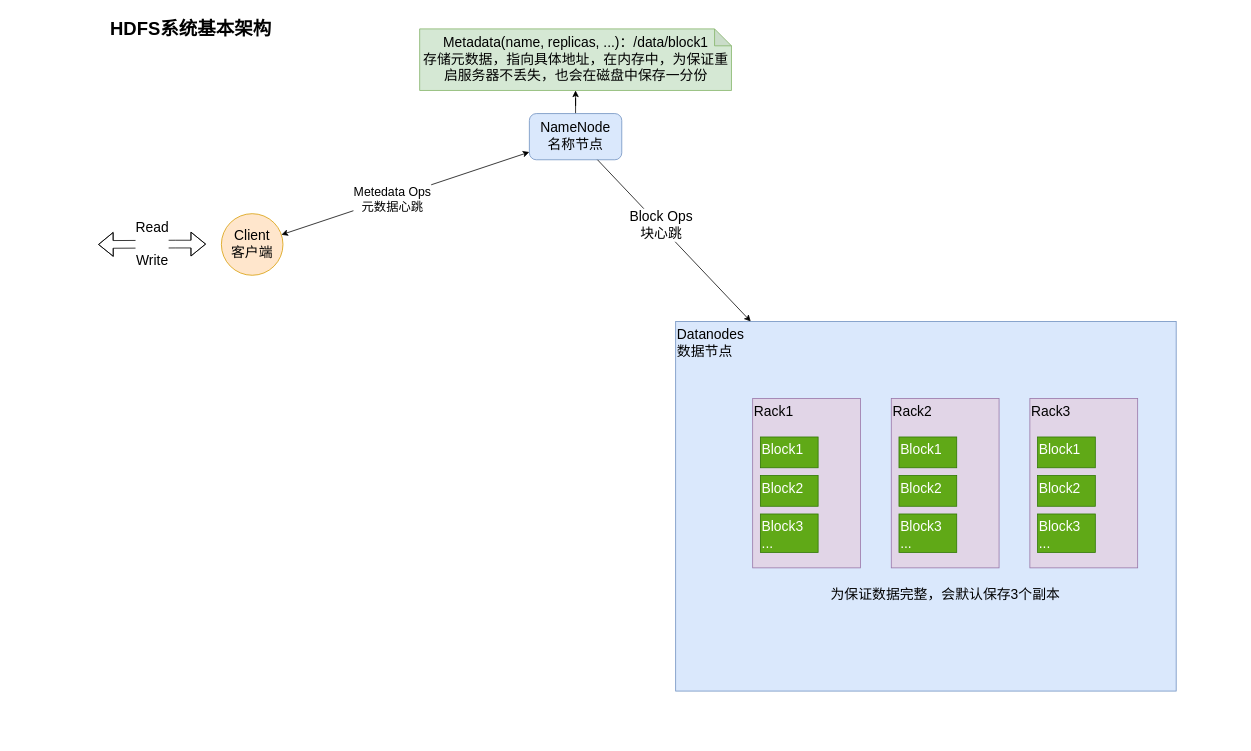
Daniel-jy/diagrams keeps this draw.io diagram as BigData/HDFS/HDFS系统基本架构.drawio. Above is the earlier version. Source tidied: cells renumbered, new cells numbered last; positions are measured from the earlier drawing's top-left corner, leaving out a move shared by most shapes. Both pictures are drawn from the tidied source at 77%, with x=0, y=0 at pixel (13, 13).
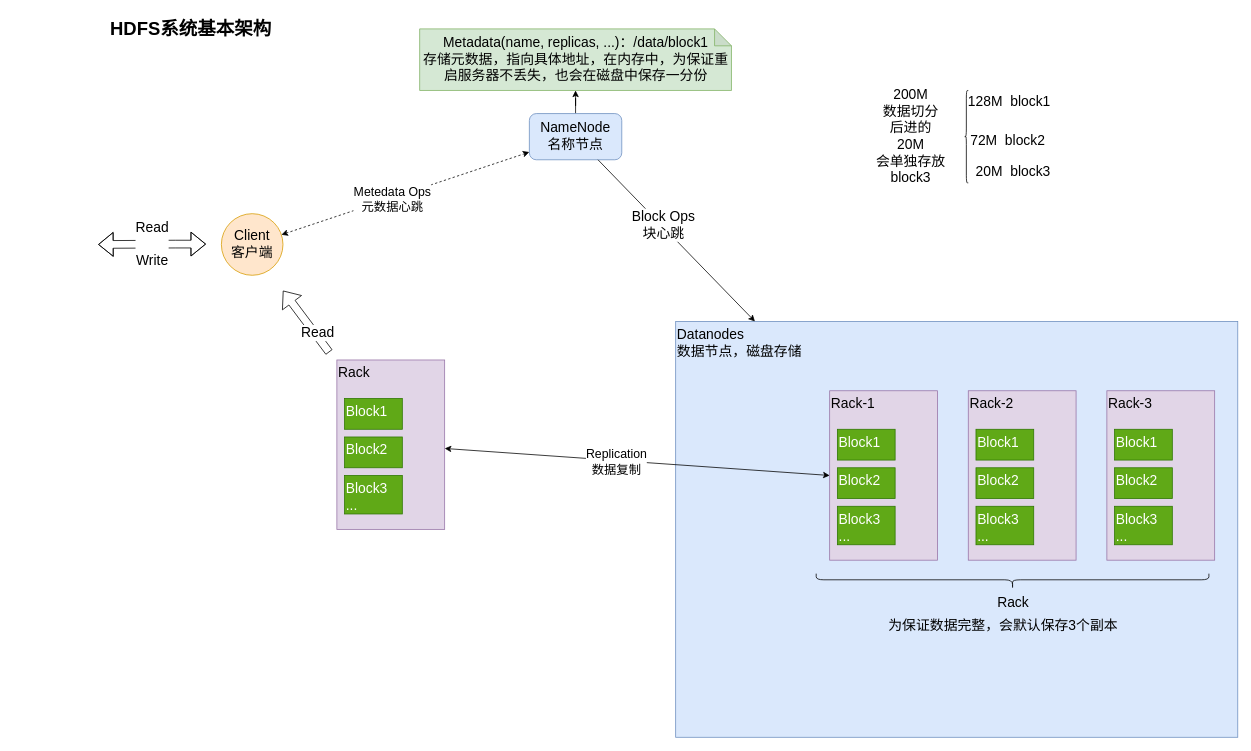
After the change.

Commit message:
Update HDFS系统基本架构.drawio

The change refers to these unchanged cells:
```xml
<mxCell id="5" value="Client&lt;br&gt;客户端" style="ellipse;whiteSpace=wrap;html=1;fontSize=18;fillColor=#ffe6cc;strokeColor=#d79b00;" parent="1" vertex="1">
  <mxGeometry x="270" y="260" width="80" height="80" as="geometry" />
</mxCell>
<mxCell id="9" value="NameNode&lt;br&gt;名称节点" style="rounded=1;whiteSpace=wrap;html=1;fontSize=18;fillColor=#dae8fc;strokeColor=#6c8ebf;" parent="1" vertex="1">
  <mxGeometry x="670" y="130" width="120" height="60" as="geometry" />
</mxCell>
```

What changed in the source:
```diff
@@
-    <mxCell id="3" style="endArrow=classic;startArrow=classic;html=1;" parent="1" edge="1" source="5" target="9">
+    <mxCell id="3" style="endArrow=classic;startArrow=classic;html=1;rounded=1;dashed=1;" parent="1" edge="1" source="5" target="9">
       <mxGeometry relative="1" as="geometry" />
     </mxCell>
@@
-    <mxCell id="11" value="&lt;span&gt;Datanodes&lt;br&gt;数据节点&lt;br&gt;&lt;/span&gt;" style="rounded=0;whiteSpace=wrap;html=1;fontSize=18;align=left;verticalAlign=top;fillColor=#dae8fc;strokeColor=#6c8ebf;" parent="1" vertex="1">
-      <mxGeometry x="860" y="400" width="650" height="480" as="geometry" />
+    <mxCell id="11" value="&lt;span&gt;Datanodes&lt;br&gt;数据节点，磁盘存储&lt;br&gt;&lt;/span&gt;" style="rounded=0;whiteSpace=wrap;html=1;fontSize=18;align=left;verticalAlign=top;fillColor=#dae8fc;strokeColor=#6c8ebf;" parent="1" vertex="1">
+      <mxGeometry x="860" y="400" width="730" height="540" as="geometry" />
     </mxCell>
@@
     <mxCell id="14" style="group;" parent="1" vertex="1">
-      <mxGeometry x="960" y="500" width="140" height="220" as="geometry" />
+      <mxGeometry x="1060" y="490" width="140" height="220" as="geometry" />
     </mxCell>
-    <mxCell id="15" value="Rack1" style="rounded=0;whiteSpace=wrap;html=1;fontSize=18;align=left;verticalAlign=top;fillColor=#e1d5e7;strokeColor=#9673a6;" parent="14" vertex="1">
+    <mxCell id="15" value="Rack-1" style="rounded=0;whiteSpace=wrap;html=1;fontSize=18;align=left;verticalAlign=top;fillColor=#e1d5e7;strokeColor=#9673a6;" parent="14" vertex="1">
       <mxGeometry width="140" height="220" as="geometry" />
     </mxCell>
@@
     <mxCell id="19" style="group;" parent="1" vertex="1">
-      <mxGeometry x="1140" y="500" width="140" height="220" as="geometry" />
+      <mxGeometry x="1240" y="490" width="140" height="220" as="geometry" />
     </mxCell>
-    <mxCell id="20" value="Rack2" style="rounded=0;whiteSpace=wrap;html=1;fontSize=18;align=left;verticalAlign=top;fillColor=#e1d5e7;strokeColor=#9673a6;" parent="19" vertex="1">
+    <mxCell id="20" value="Rack-2" style="rounded=0;whiteSpace=wrap;html=1;fontSize=18;align=left;verticalAlign=top;fillColor=#e1d5e7;strokeColor=#9673a6;" parent="19" vertex="1">
       <mxGeometry width="140" height="220" as="geometry" />
     </mxCell>
@@
     <mxCell id="24" style="group;" parent="1" vertex="1">
-      <mxGeometry x="1320" y="500" width="140" height="220" as="geometry" />
+      <mxGeometry x="1420" y="490" width="140" height="220" as="geometry" />
     </mxCell>
-    <mxCell id="25" value="Rack3" style="rounded=0;whiteSpace=wrap;html=1;fontSize=18;align=left;verticalAlign=top;fillColor=#e1d5e7;strokeColor=#9673a6;" parent="24" vertex="1">
+    <mxCell id="25" value="Rack-3" style="rounded=0;whiteSpace=wrap;html=1;fontSize=18;align=left;verticalAlign=top;fillColor=#e1d5e7;strokeColor=#9673a6;" parent="24" vertex="1">
       <mxGeometry width="140" height="220" as="geometry" />
     </mxCell>
@@
     <mxCell id="29" value="为保证数据完整，会默认保存3个副本" style="text;html=1;align=center;verticalAlign=middle;fontSize=18;fontColor=#000000;" parent="1" vertex="1">
-      <mxGeometry x="1055" y="740" width="310" height="30" as="geometry" />
+      <mxGeometry x="1130" y="780" width="310" height="30" as="geometry" />
     </mxCell>
+    <mxCell id="30" style="shape=curlyBracket;whiteSpace=wrap;html=1;rounded=1;fontSize=18;fontColor=#000000;align=left;rotation=-90;size=0.6;" parent="1" vertex="1">
+      <mxGeometry x="1287.5" y="482.5" width="20" height="510" as="geometry" />
+    </mxCell>
+    <mxCell id="31" value="Rack" style="text;html=1;align=center;verticalAlign=middle;fontSize=18;fontColor=#000000;" parent="1" vertex="1">
+      <mxGeometry x="1267.5" y="750" width="60" height="30" as="geometry" />
+    </mxCell>
+    <mxCell id="32" style="group;" parent="1" vertex="1">
+      <mxGeometry x="1110" y="90" width="243" height="140" as="geometry" />
+    </mxCell>
+    <mxCell id="33" style="shape=curlyBracket;whiteSpace=wrap;html=1;rounded=1;fontSize=18;fontColor=#000000;align=left;" parent="32" vertex="1">
+      <mxGeometry x="125" y="10" width="5" height="120" as="geometry" />
+    </mxCell>
+    <mxCell id="34" value="200M&lt;br&gt;数据切分&lt;br&gt;后进的&lt;br&gt;20M&lt;br&gt;会单独存放&lt;br&gt;block3" style="text;html=1;align=center;verticalAlign=middle;fontSize=18;fontColor=#000000;" parent="32" vertex="1">
+      <mxGeometry width="110" height="140" as="geometry" />
+    </mxCell>
+    <mxCell id="35" value="128M&amp;nbsp; block1" style="text;html=1;align=center;verticalAlign=middle;fontSize=18;fontColor=#000000;" parent="32" vertex="1">
+      <mxGeometry x="123" y="10" width="120" height="30" as="geometry" />
+    </mxCell>
+    <mxCell id="36" value="72M&amp;nbsp; block2" style="text;html=1;align=center;verticalAlign=middle;fontSize=18;fontColor=#000000;" parent="32" vertex="1">
+      <mxGeometry x="126" y="60" width="110" height="30" as="geometry" />
+    </mxCell>
+    <mxCell id="37" value="20M&amp;nbsp; block3" style="text;html=1;align=center;verticalAlign=middle;fontSize=18;fontColor=#000000;" parent="32" vertex="1">
+      <mxGeometry x="133" y="100" width="110" height="30" as="geometry" />
+    </mxCell>
+    <mxCell id="38" style="endArrow=classic;startArrow=classic;html=1;entryX=0;entryY=0.5;entryDx=0;entryDy=0;" parent="1" edge="1" source="41" target="15">
+      <mxGeometry relative="1" as="geometry" />
+    </mxCell>
+    <mxCell id="39" value="Replication&lt;br&gt;数据复制" style="edgeLabel;html=1;align=center;verticalAlign=middle;fontSize=16;" parent="38" vertex="1">
+      <mxGeometry x="-0.11" y="-1" relative="1" as="geometry" />
+    </mxCell>
+    <mxCell id="40" style="group;" parent="1" vertex="1">
+      <mxGeometry x="420" y="450" width="140" height="220" as="geometry" />
+    </mxCell>
+    <mxCell id="41" value="Rack" style="rounded=0;whiteSpace=wrap;html=1;fontSize=18;align=left;verticalAlign=top;fillColor=#e1d5e7;strokeColor=#9673a6;" parent="40" vertex="1">
+      <mxGeometry width="140" height="220" as="geometry" />
+    </mxCell>
+    <mxCell id="42" value="Block1" style="rounded=0;whiteSpace=wrap;html=1;fontSize=18;align=left;verticalAlign=top;fillColor=#60a917;strokeColor=#2D7600;fontColor=#ffffff;" parent="40" vertex="1">
+      <mxGeometry x="10" y="50" width="75" height="40" as="geometry" />
+    </mxCell>
+    <mxCell id="43" value="Block2" style="rounded=0;whiteSpace=wrap;html=1;fontSize=18;align=left;verticalAlign=top;fillColor=#60a917;strokeColor=#2D7600;fontColor=#ffffff;" parent="40" vertex="1">
+      <mxGeometry x="10" y="100" width="75" height="40" as="geometry" />
+    </mxCell>
+    <mxCell id="44" value="Block3&lt;br&gt;..." style="rounded=0;whiteSpace=wrap;html=1;fontSize=18;align=left;verticalAlign=top;fillColor=#60a917;strokeColor=#2D7600;fontColor=#ffffff;" parent="40" vertex="1">
+      <mxGeometry x="10" y="150" width="75" height="50" as="geometry" />
+    </mxCell>
+    <mxCell id="45" style="shape=flexArrow;endArrow=classic;html=1;strokeColor=#000000;fontSize=18;fontColor=#000000;" parent="1" edge="1">
+      <mxGeometry relative="1" as="geometry">
+        <mxPoint x="410" y="440" as="sourcePoint" />
+        <mxPoint x="350" y="360" as="targetPoint" />
+      </mxGeometry>
+    </mxCell>
+    <mxCell id="46" value="Read" style="edgeLabel;html=1;align=center;verticalAlign=middle;fontSize=18;fontColor=#000000;" parent="45" vertex="1">
+      <mxGeometry x="-0.4" y="-3" relative="1" as="geometry" />
+    </mxCell>
```
